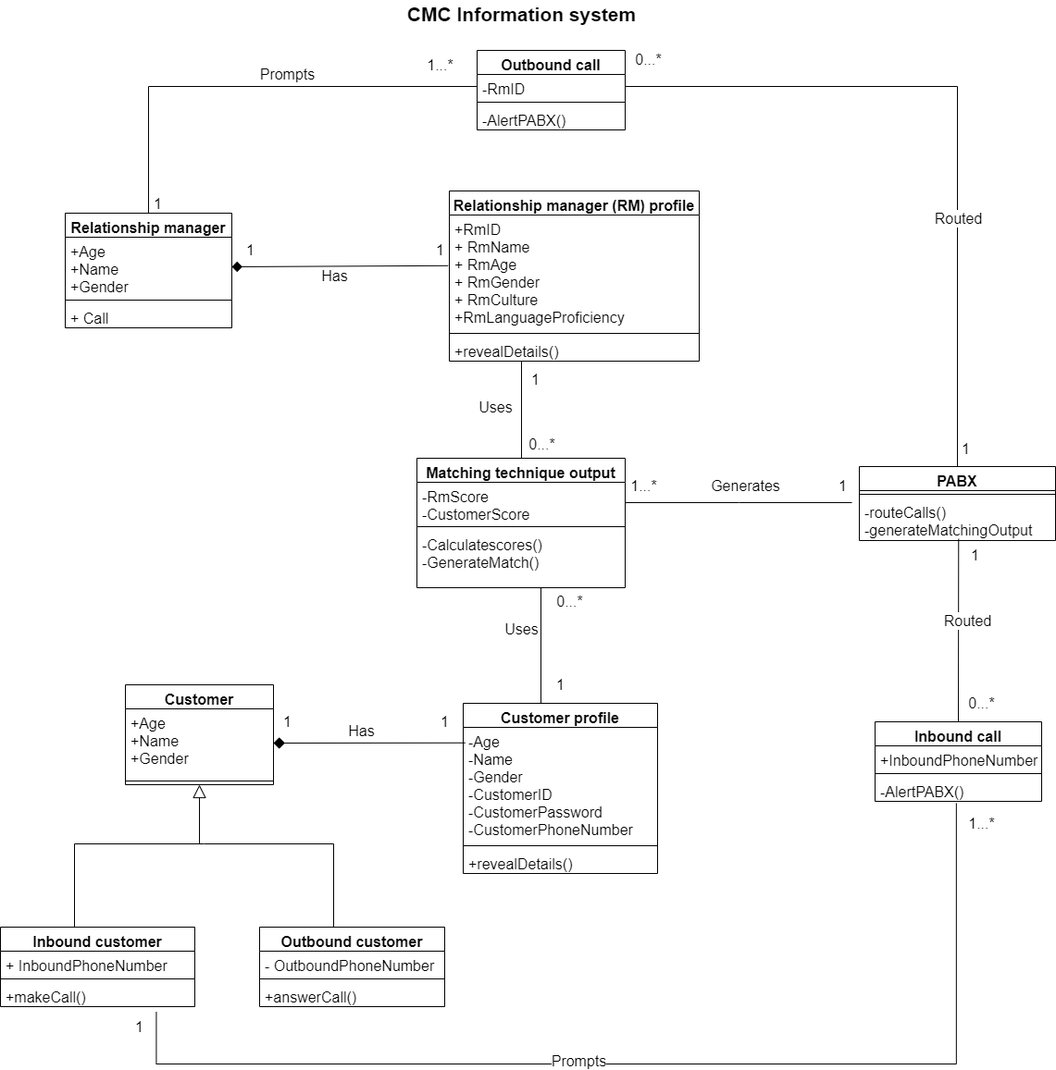
The draw.io diagram Folder for workproducts and models/Class diagram final iteration by Arvin.png in tharlon7/ADJMT, before a commit. Source tidied: cells renumbered, new cells last; positions are measured from the earlier drawing's top-left corner, leaving out a move shared by most shapes.
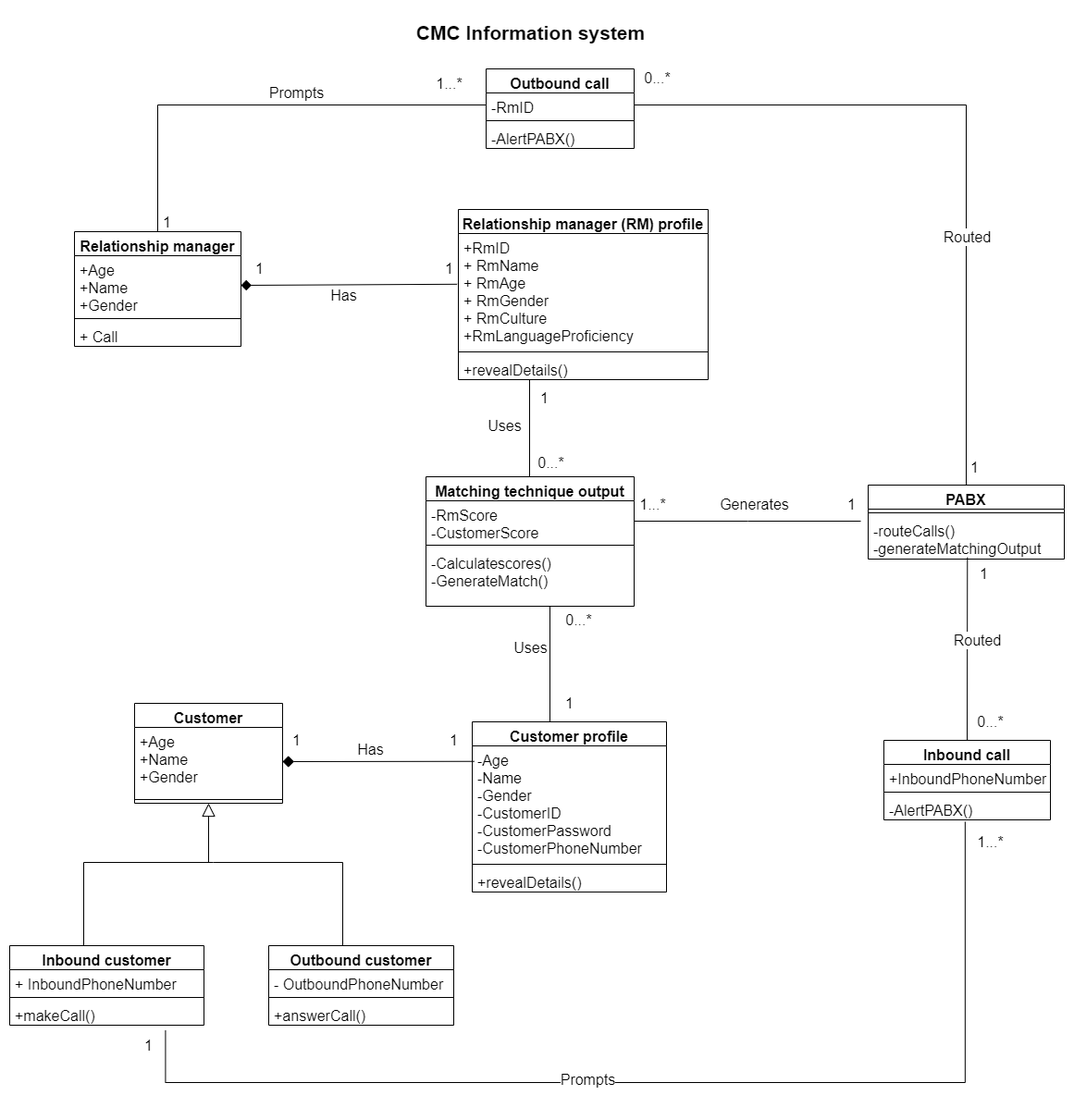
After the change.

Diff of the diagram source:
```diff
@@ -2,6 +2,9 @@
   <root>
     <mxCell id="0" />
     <mxCell id="1" parent="0" />
+    <mxCell id="80" style="rounded=0;whiteSpace=wrap;html=1;strokeColor=none;" parent="1" vertex="1">
+      <mxGeometry x="-10" y="-20" width="1160" height="1210" as="geometry" />
+    </mxCell>
     <mxCell id="2" style="edgeStyle=orthogonalEdgeStyle;rounded=0;jettySize=auto;html=1;exitX=0.5;exitY=0;exitDx=0;exitDy=0;entryX=0;entryY=0.5;entryDx=0;entryDy=0;endArrow=none;endFill=0;fontSize=16;" parent="1" edge="1" source="72" target="44">
       <mxGeometry relative="1" as="geometry" />
     </mxCell>
```
